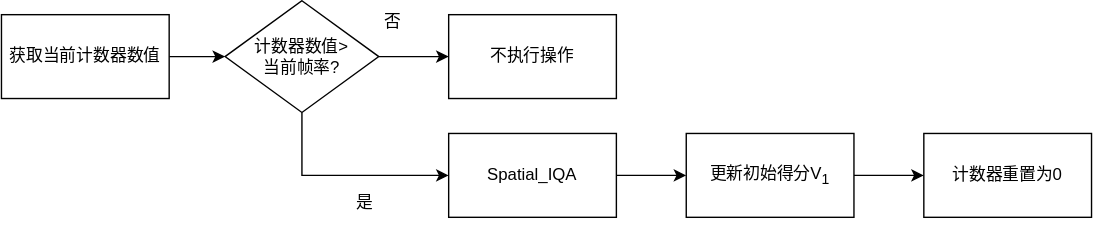
Earlier version of the draw.io export 初始得分更新模块.drawio.svg (hrf666666/FlowCharts). Source tidied: cells renumbered, new cells last; positions are measured from the earlier drawing's top-left corner, leaving out a move shared by most shapes. Source of this version:
```xml
<mxGraphModel>
  <root>
    <mxCell id="0" />
    <mxCell id="1" parent="0" />
    <mxCell id="2" style="edgeStyle=orthogonalEdgeStyle;rounded=0;jettySize=auto;html=1;entryX=0;entryY=0.5;entryDx=0;entryDy=0;spacingTop=0;" parent="1" edge="1" source="4" target="5">
      <mxGeometry relative="1" as="geometry" />
    </mxCell>
    <mxCell id="3" style="edgeStyle=orthogonalEdgeStyle;rounded=0;jettySize=auto;html=1;entryX=0;entryY=0.5;entryDx=0;entryDy=0;spacingTop=0;exitX=0.5;exitY=1;exitDx=0;exitDy=0;" parent="1" edge="1" source="4" target="7">
      <mxGeometry relative="1" as="geometry" />
    </mxCell>
    <mxCell id="4" value="计数器数值&amp;gt;&lt;br&gt;当前帧率?" style="rhombus;whiteSpace=wrap;html=1;spacingTop=0;" parent="1" vertex="1">
      <mxGeometry x="160" width="110" height="80" as="geometry" />
    </mxCell>
    <mxCell id="5" value="不执行操作" style="rounded=0;whiteSpace=wrap;html=1;spacingTop=0;" parent="1" vertex="1">
      <mxGeometry x="320" y="10" width="120" height="60" as="geometry" />
    </mxCell>
    <mxCell id="6" style="edgeStyle=orthogonalEdgeStyle;rounded=0;jettySize=auto;html=1;entryX=0;entryY=0.5;entryDx=0;entryDy=0;spacingTop=0;" parent="1" edge="1" source="7" target="9">
      <mxGeometry relative="1" as="geometry" />
    </mxCell>
    <mxCell id="7" value="Spatial_IQA" style="rounded=0;whiteSpace=wrap;html=1;spacingTop=0;" parent="1" vertex="1">
      <mxGeometry x="320" y="95" width="120" height="60" as="geometry" />
    </mxCell>
    <mxCell id="8" style="edgeStyle=orthogonalEdgeStyle;rounded=0;jettySize=auto;html=1;entryX=0;entryY=0.5;entryDx=0;entryDy=0;" parent="1" edge="1" source="9" target="14">
      <mxGeometry relative="1" as="geometry" />
    </mxCell>
    <mxCell id="9" value="更新初始得分V&lt;sub&gt;1&lt;/sub&gt;" style="rounded=0;whiteSpace=wrap;html=1;spacingTop=0;" parent="1" vertex="1">
      <mxGeometry x="490" y="95" width="120" height="60" as="geometry" />
    </mxCell>
    <mxCell id="10" value="否" style="text;html=1;align=center;verticalAlign=middle;strokeColor=none;fillColor=none;spacingTop=0;" parent="1" vertex="1">
      <mxGeometry x="260" width="40" height="30" as="geometry" />
    </mxCell>
    <mxCell id="11" value="是" style="text;html=1;align=center;verticalAlign=middle;strokeColor=none;fillColor=none;spacingTop=0;" parent="1" vertex="1">
      <mxGeometry x="240" y="130" width="40" height="30" as="geometry" />
    </mxCell>
    <mxCell id="12" style="edgeStyle=orthogonalEdgeStyle;rounded=0;jettySize=auto;html=1;entryX=0;entryY=0.5;entryDx=0;entryDy=0;" parent="1" edge="1" source="13" target="4">
      <mxGeometry relative="1" as="geometry" />
    </mxCell>
    <mxCell id="13" value="获取当前计数器数值" style="rounded=0;whiteSpace=wrap;html=1;" parent="1" vertex="1">
      <mxGeometry y="10" width="120" height="60" as="geometry" />
    </mxCell>
    <mxCell id="14" value="计数器重置为0" style="rounded=0;whiteSpace=wrap;html=1;" parent="1" vertex="1">
      <mxGeometry x="660" y="95" width="120" height="60" as="geometry" />
    </mxCell>
  </root>
</mxGraphModel>
```
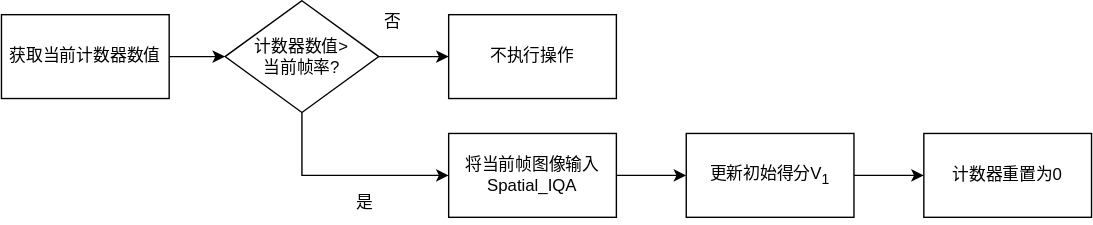
After the change.

Commit message:
更新初始得分更新模块.drawio.svg

What changed in the source:
```diff
@@ -17,7 +17,7 @@
     <mxCell id="6" style="edgeStyle=orthogonalEdgeStyle;rounded=0;jettySize=auto;html=1;entryX=0;entryY=0.5;entryDx=0;entryDy=0;spacingTop=0;" parent="1" edge="1" source="7" target="9">
       <mxGeometry relative="1" as="geometry" />
     </mxCell>
-    <mxCell id="7" value="Spatial_IQA" style="rounded=0;whiteSpace=wrap;html=1;spacingTop=0;" parent="1" vertex="1">
+    <mxCell id="7" value="将当前帧图像输入Spatial_IQA" style="rounded=0;whiteSpace=wrap;html=1;spacingTop=0;" parent="1" vertex="1">
       <mxGeometry x="320" y="95" width="120" height="60" as="geometry" />
     </mxCell>
     <mxCell id="8" style="edgeStyle=orthogonalEdgeStyle;rounded=0;jettySize=auto;html=1;entryX=0;entryY=0.5;entryDx=0;entryDy=0;" parent="1" edge="1" source="9" target="14">
```
